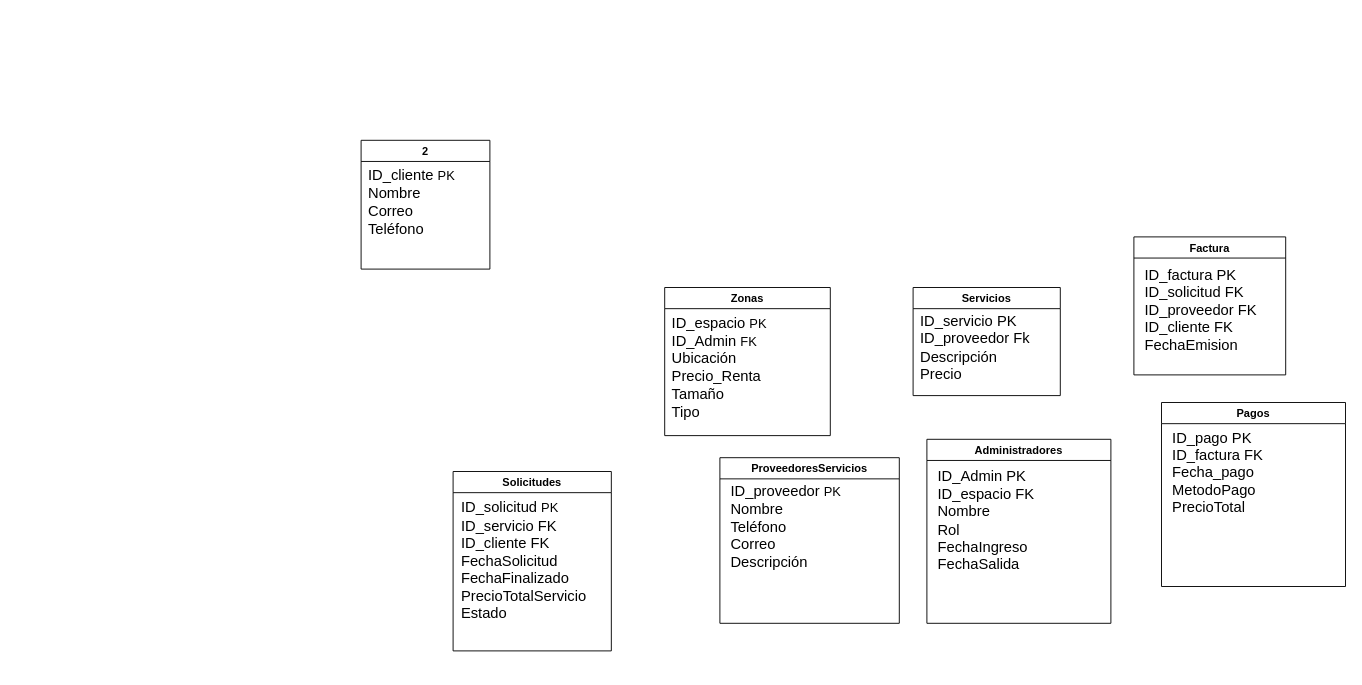
This is Diagrama sin título.drawio from CristianCenxd/Fixya-app, a draw.io file, before an edit. Source tidied: cells renumbered, new cells numbered last; positions are measured from the earlier drawing's top-left corner, leaving out a move shared by most shapes. Both pictures are drawn from the tidied source at 92%, with x=0, y=0 at pixel (361, 140).
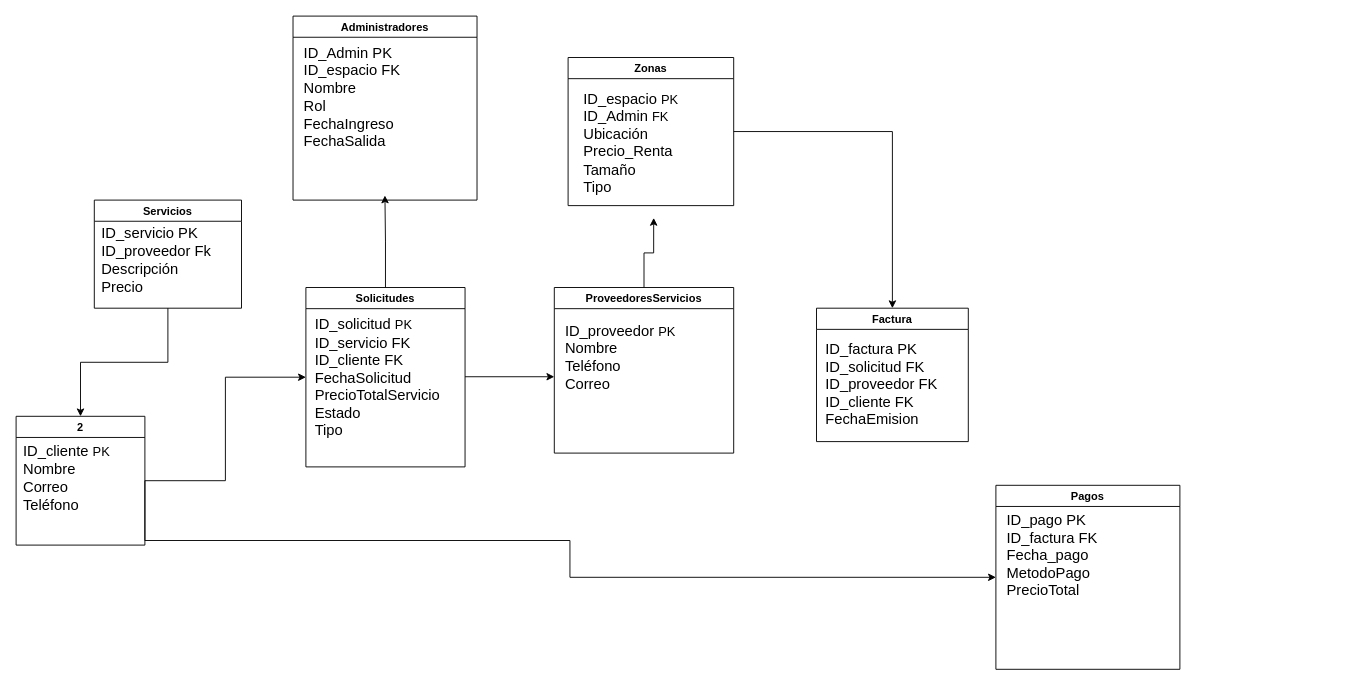
After the change.

What changed in the source:
```diff
@@
+    <mxCell id="18" style="edgeStyle=orthogonalEdgeStyle;rounded=0;jettySize=auto;html=1;exitX=1;exitY=0.5;exitDx=0;exitDy=0;entryX=0;entryY=0.5;entryDx=0;entryDy=0;" parent="1" edge="1" source="2" target="10">
+      <mxGeometry relative="1" as="geometry" />
+    </mxCell>
+    <mxCell id="19" style="edgeStyle=orthogonalEdgeStyle;rounded=0;jettySize=auto;html=1;exitX=1;exitY=0.5;exitDx=0;exitDy=0;entryX=0;entryY=0.5;entryDx=0;entryDy=0;" parent="1" edge="1" source="2" target="16">
+      <mxGeometry relative="1" as="geometry">
+        <Array as="points">
+          <mxPoint x="-235" y="435" />
+          <mxPoint x="227" y="435" />
+          <mxPoint x="227" y="475" />
+        </Array>
+      </mxGeometry>
+    </mxCell>
     <mxCell id="2" value="2" style="swimlane;" parent="1" vertex="1">
-      <mxGeometry width="140" height="140" as="geometry" />
+      <mxGeometry x="-375" y="300" width="140" height="140" as="geometry" />
     </mxCell>
@@
+    <mxCell id="20" style="edgeStyle=orthogonalEdgeStyle;rounded=0;jettySize=auto;html=1;entryX=0.5;entryY=0;entryDx=0;entryDy=0;" parent="1" edge="1" source="4" target="14">
+      <mxGeometry relative="1" as="geometry" />
+    </mxCell>
     <mxCell id="4" value="Zonas" style="swimlane;" parent="1" vertex="1">
-      <mxGeometry x="330" y="160" width="180" height="161" as="geometry" />
+      <mxGeometry x="225" y="-90" width="180" height="161" as="geometry" />
     </mxCell>
     <mxCell id="5" value="&lt;font style=&quot;font-size: 16px;&quot;&gt;ID_espacio &lt;/font&gt;&lt;font style=&quot;font-size: 14px;&quot;&gt;PK&lt;/font&gt;&lt;div&gt;&lt;font style=&quot;font-size: 16px;&quot;&gt;ID_Admin &lt;/font&gt;&lt;span style=&quot;font-size: 14px;&quot;&gt;FK&lt;br&gt;&lt;/span&gt;&lt;div&gt;&lt;font size=&quot;3&quot;&gt;Ubicación&lt;br&gt;&lt;/font&gt;&lt;/div&gt;&lt;div&gt;&lt;font size=&quot;3&quot;&gt;Precio_Renta&lt;br&gt;&lt;/font&gt;&lt;/div&gt;&lt;div&gt;&lt;font size=&quot;3&quot;&gt;Tamaño&lt;br&gt;&lt;/font&gt;&lt;/div&gt;&lt;div&gt;&lt;font size=&quot;3&quot;&gt;Tipo&amp;nbsp;&lt;br&gt;&lt;/font&gt;&lt;/div&gt;&lt;div&gt;&lt;br&gt;&lt;/div&gt;&lt;/div&gt;" style="text;html=1;align=left;verticalAlign=middle;points=[];strokeColor=none;fillColor=none;" parent="4" vertex="1">
-      <mxGeometry x="6" y="19" width="135" height="150" as="geometry" />
+      <mxGeometry x="15" y="24.8" width="135" height="150" as="geometry" />
     </mxCell>
+    <mxCell id="21" style="edgeStyle=orthogonalEdgeStyle;rounded=0;jettySize=auto;html=1;exitX=0.5;exitY=1;exitDx=0;exitDy=0;entryX=0.5;entryY=0;entryDx=0;entryDy=0;" parent="1" edge="1" source="6" target="2">
+      <mxGeometry relative="1" as="geometry" />
+    </mxCell>
     <mxCell id="6" value="Servicios" style="swimlane;" parent="1" vertex="1">
-      <mxGeometry x="600" y="160" width="160" height="117.5" as="geometry" />
+      <mxGeometry x="-290" y="65" width="160" height="117.5" as="geometry" />
     </mxCell>
@@
     <mxCell id="8" value="ProveedoresServicios" style="swimlane;" parent="1" vertex="1">
-      <mxGeometry x="390" y="345" width="195" height="180" as="geometry" />
+      <mxGeometry x="210" y="160" width="195" height="180" as="geometry" />
     </mxCell>
-    <mxCell id="9" value="&lt;font style=&quot;font-size: 16px;&quot;&gt;ID_proveedor &lt;/font&gt;&lt;font style=&quot;font-size: 14px;&quot;&gt;PK&lt;/font&gt;&lt;div&gt;&lt;font size=&quot;3&quot;&gt;Nombre&lt;/font&gt;&lt;/div&gt;&lt;div&gt;&lt;font size=&quot;3&quot;&gt;Teléfono&lt;/font&gt;&lt;/div&gt;&lt;div&gt;&lt;font size=&quot;3&quot;&gt;Correo&lt;/font&gt;&lt;/div&gt;&lt;div&gt;&lt;font size=&quot;3&quot;&gt;Descripción&lt;br&gt;&lt;/font&gt;&lt;div&gt;&lt;br&gt;&lt;/div&gt;&lt;/div&gt;" style="text;html=1;align=left;verticalAlign=middle;strokeColor=none;fillColor=none;" parent="8" vertex="1">
-      <mxGeometry x="10" y="22" width="150" height="120" as="geometry" />
+    <mxCell id="9" value="&lt;font style=&quot;font-size: 16px;&quot;&gt;ID_proveedor &lt;/font&gt;&lt;font style=&quot;font-size: 14px;&quot;&gt;PK&lt;/font&gt;&lt;div&gt;&lt;font size=&quot;3&quot;&gt;Nombre&lt;/font&gt;&lt;/div&gt;&lt;div&gt;&lt;font size=&quot;3&quot;&gt;Teléfono&lt;/font&gt;&lt;/div&gt;&lt;div&gt;&lt;font size=&quot;3&quot;&gt;Correo&lt;/font&gt;&lt;/div&gt;&lt;div&gt;&lt;div&gt;&lt;br&gt;&lt;/div&gt;&lt;/div&gt;" style="text;html=1;align=left;verticalAlign=middle;strokeColor=none;fillColor=none;" parent="8" vertex="1">
+      <mxGeometry x="10" y="30" width="150" height="105" as="geometry" />
     </mxCell>
+    <mxCell id="22" style="edgeStyle=orthogonalEdgeStyle;rounded=0;jettySize=auto;html=1;exitX=0.5;exitY=0;exitDx=0;exitDy=0;" parent="1" edge="1" source="10">
+      <mxGeometry relative="1" as="geometry">
+        <mxPoint x="25.9" y="60" as="targetPoint" />
+      </mxGeometry>
+    </mxCell>
     <mxCell id="10" value="Solicitudes" style="swimlane;" parent="1" vertex="1">
-      <mxGeometry x="100" y="360" width="172" height="195" as="geometry" />
+      <mxGeometry x="-60" y="160" width="173" height="195" as="geometry" />
     </mxCell>
+    <mxCell id="23" style="edgeStyle=orthogonalEdgeStyle;rounded=0;jettySize=auto;html=1;" parent="10" edge="1" source="11">
+      <mxGeometry relative="1" as="geometry">
+        <mxPoint x="270" y="97" as="targetPoint" />
+      </mxGeometry>
+    </mxCell>
-    <mxCell id="11" value="&lt;font style=&quot;font-size: 16px;&quot;&gt;ID_solicitud &lt;/font&gt;&lt;font style=&quot;font-size: 14px;&quot;&gt;PK&lt;/font&gt;&lt;div&gt;&lt;font style=&quot;font-size: 16px;&quot;&gt;ID_servicio FK&lt;/font&gt;&lt;/div&gt;&lt;div&gt;&lt;font size=&quot;3&quot;&gt;ID_cliente FK&lt;/font&gt;&lt;/div&gt;&lt;div&gt;&lt;font size=&quot;3&quot;&gt;FechaSolicitud&lt;/font&gt;&lt;/div&gt;&lt;div&gt;&lt;font size=&quot;3&quot;&gt;FechaFinalizado&lt;/font&gt;&lt;/div&gt;&lt;div&gt;&lt;font size=&quot;3&quot;&gt;PrecioTotalServicio&lt;/font&gt;&lt;/div&gt;&lt;div&gt;&lt;font size=&quot;3&quot;&gt;Estado&amp;nbsp;&lt;br&gt;&lt;/font&gt;&lt;/div&gt;" style="text;html=1;align=left;verticalAlign=middle;points=[];strokeColor=none;fillColor=none;" parent="10" vertex="1">
-      <mxGeometry x="7" y="21.5" width="165" height="150" as="geometry" />
+    <mxCell id="11" value="&lt;font style=&quot;font-size: 16px;&quot;&gt;ID_solicitud &lt;/font&gt;&lt;font style=&quot;font-size: 14px;&quot;&gt;PK&lt;/font&gt;&lt;div&gt;&lt;font style=&quot;font-size: 16px;&quot;&gt;ID_servicio FK&lt;/font&gt;&lt;/div&gt;&lt;div&gt;&lt;font size=&quot;3&quot;&gt;ID_cliente FK&lt;/font&gt;&lt;/div&gt;&lt;div&gt;&lt;font size=&quot;3&quot;&gt;FechaSolicitud&lt;/font&gt;&lt;/div&gt;&lt;div&gt;&lt;font size=&quot;3&quot;&gt;PrecioTotalServicio&lt;/font&gt;&lt;/div&gt;&lt;div&gt;&lt;font size=&quot;3&quot;&gt;Estado&amp;nbsp;&lt;br&gt;&lt;/font&gt;&lt;/div&gt;&lt;div&gt;&lt;font size=&quot;3&quot;&gt;Tipo&lt;/font&gt;&lt;/div&gt;" style="text;html=1;align=left;verticalAlign=middle;points=[];strokeColor=none;fillColor=none;" parent="10" vertex="1">
+      <mxGeometry x="8" y="22.5" width="165" height="150" as="geometry" />
     </mxCell>
     <mxCell id="12" value="Administradores" style="swimlane;" parent="1" vertex="1">
-      <mxGeometry x="615" y="325" width="200" height="200" as="geometry" />
+      <mxGeometry x="-74" y="-135" width="200" height="200" as="geometry" />
     </mxCell>
@@
     <mxCell id="14" value="Factura" style="swimlane;startSize=23;" parent="1" vertex="1">
-      <mxGeometry x="840" y="105" width="165" height="150" as="geometry" />
+      <mxGeometry x="495" y="182.5" width="165" height="145" as="geometry" />
     </mxCell>
     <mxCell id="15" value="&lt;font style=&quot;font-size: 16px;&quot;&gt;ID_factura PK&lt;/font&gt;&lt;div&gt;&lt;font size=&quot;3&quot;&gt;ID_solicitud FK&lt;/font&gt;&lt;/div&gt;&lt;div&gt;&lt;font size=&quot;3&quot;&gt;ID_proveedor FK&lt;/font&gt;&lt;/div&gt;&lt;div&gt;&lt;font size=&quot;3&quot;&gt;ID_cliente FK&lt;/font&gt;&lt;/div&gt;&lt;div&gt;&lt;font size=&quot;3&quot;&gt;FechaEmision&lt;/font&gt;&lt;/div&gt;" style="text;html=1;align=left;verticalAlign=middle;strokeColor=none;fillColor=none;" parent="14" vertex="1">
-      <mxGeometry x="10" y="26" width="150" height="105" as="geometry" />
+      <mxGeometry x="7.5" y="30" width="150" height="105" as="geometry" />
     </mxCell>
     <mxCell id="16" value="Pagos" style="swimlane;" parent="1" vertex="1">
-      <mxGeometry x="870" y="285" width="200" height="200" as="geometry" />
+      <mxGeometry x="690" y="375" width="200" height="200" as="geometry" />
     </mxCell>
@@
+    <mxCell id="24" style="edgeStyle=orthogonalEdgeStyle;rounded=0;jettySize=auto;html=1;entryX=0.578;entryY=0.997;entryDx=0;entryDy=0;entryPerimeter=0;" parent="1" edge="1" source="8" target="5">
+      <mxGeometry relative="1" as="geometry" />
+    </mxCell>
```
